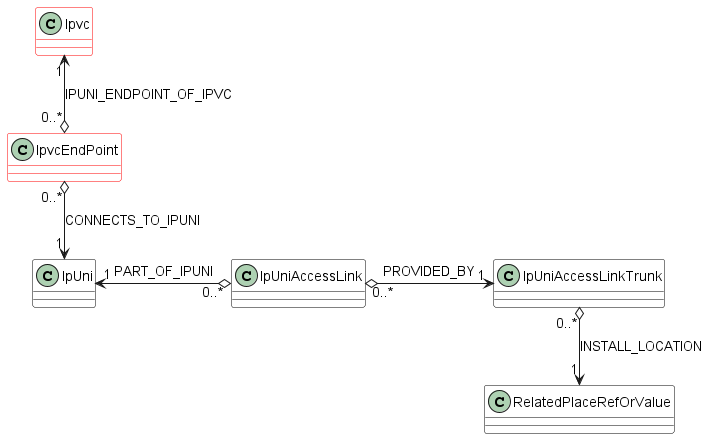
Above: documentation/serviceApi/order/media/exampleUseCase.png in MEF-GIT/MEF-LSO-Legato-SDK (PlantUML), before the change. Source of this version:
```plantuml
@startuml

skinparam {
    ClassBackgroundColor White
    ClassBorderColor<<INV>>  Black
    ClassBorderColor Red

}
hide  <<INV>> stereotype

class Ipvc {
}
class IpvcEndPoint {}

Ipvc "1" <-d-o "0..*" IpvcEndPoint : IPUNI_ENDPOINT_OF_IPVC


class IpUni <<INV>> {

}
IpvcEndPoint "0..*" o-d-> "1" IpUni : CONNECTS_TO_IPUNI



class IpUniAccessLink <<INV>> {

}
IpUniAccessLink "0..*" o-l-> "1" IpUni : PART_OF_IPUNI

class IpUniAccessLinkTrunk <<INV>> {

}
  IpUniAccessLink "0..*" o-r-> "1" IpUniAccessLinkTrunk : PROVIDED_BY

class RelatedPlaceRefOrValue <<INV>> {

}

IpUniAccessLinkTrunk "0..*" o-d-> "1" RelatedPlaceRefOrValue : INSTALL_LOCATION


@enduml
```
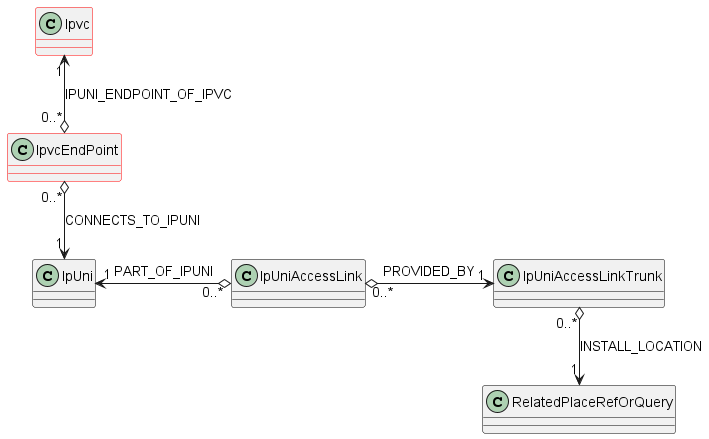
The same file after the commit.

What changed in the source:
```diff
@@ -1,7 +1,6 @@
 @startuml
 
 skinparam {
-    ClassBackgroundColor White
     ClassBorderColor<<INV>>  Black
     ClassBorderColor Red
 
@@ -32,11 +31,11 @@
 }
   IpUniAccessLink "0..*" o-r-> "1" IpUniAccessLinkTrunk : PROVIDED_BY
 
-class RelatedPlaceRefOrValue <<INV>> {
+class RelatedPlaceRefOrQuery <<INV>> {
 
 }
 
-IpUniAccessLinkTrunk "0..*" o-d-> "1" RelatedPlaceRefOrValue : INSTALL_LOCATION
+IpUniAccessLinkTrunk "0..*" o-d-> "1" RelatedPlaceRefOrQuery : INSTALL_LOCATION
 
 
 @enduml
```
